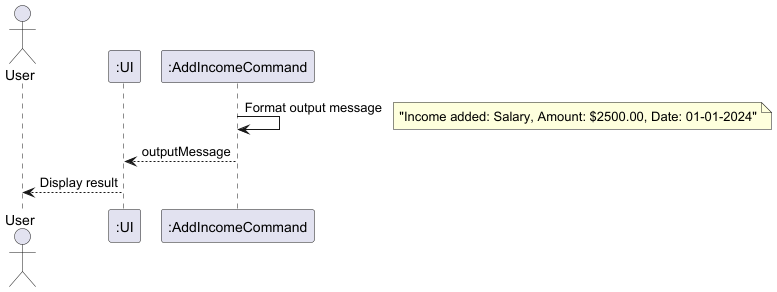
The PlantUML diagram docs/diagrams/addincome_sequence_result.png in thienkimtranhoang/tp, before a commit. Its diagram source:
```plantuml
@startuml
actor User
participant ":UI" as UI
participant ":AddIncomeCommand" as AddCommand

AddCommand -> AddCommand : Format output message
note right: "Income added: Salary, Amount: $2500.00, Date: 01-01-2024"

AddCommand --> UI : outputMessage
deactivate AddCommand

UI --> User : Display result
deactivate UI

@enduml
```
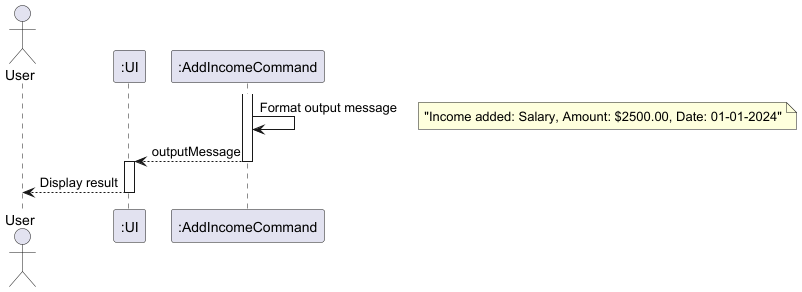
The same diagram one commit later.

The edit, as a diff of the source:
```diff
@@ -1,14 +1,17 @@
 @startuml
+
 actor User
 participant ":UI" as UI
 participant ":AddIncomeCommand" as AddCommand
 
+activate AddCommand
 AddCommand -> AddCommand : Format output message
 note right: "Income added: Salary, Amount: $2500.00, Date: 01-01-2024"
 
 AddCommand --> UI : outputMessage
 deactivate AddCommand
 
+activate UI
 UI --> User : Display result
 deactivate UI
 
```
